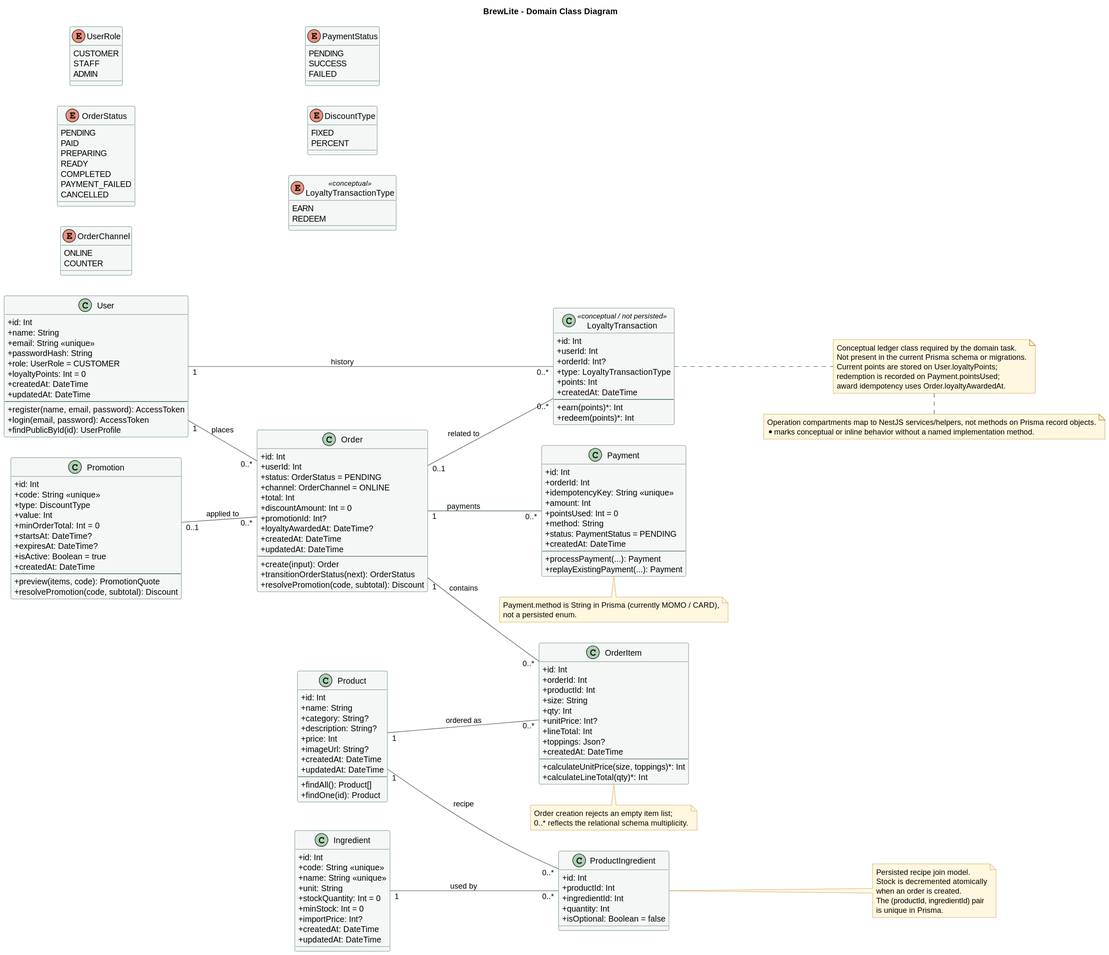
The PlantUML diagram docs/diagrams/class-domain.svg in ncd426/BrewLite-2, before a commit.
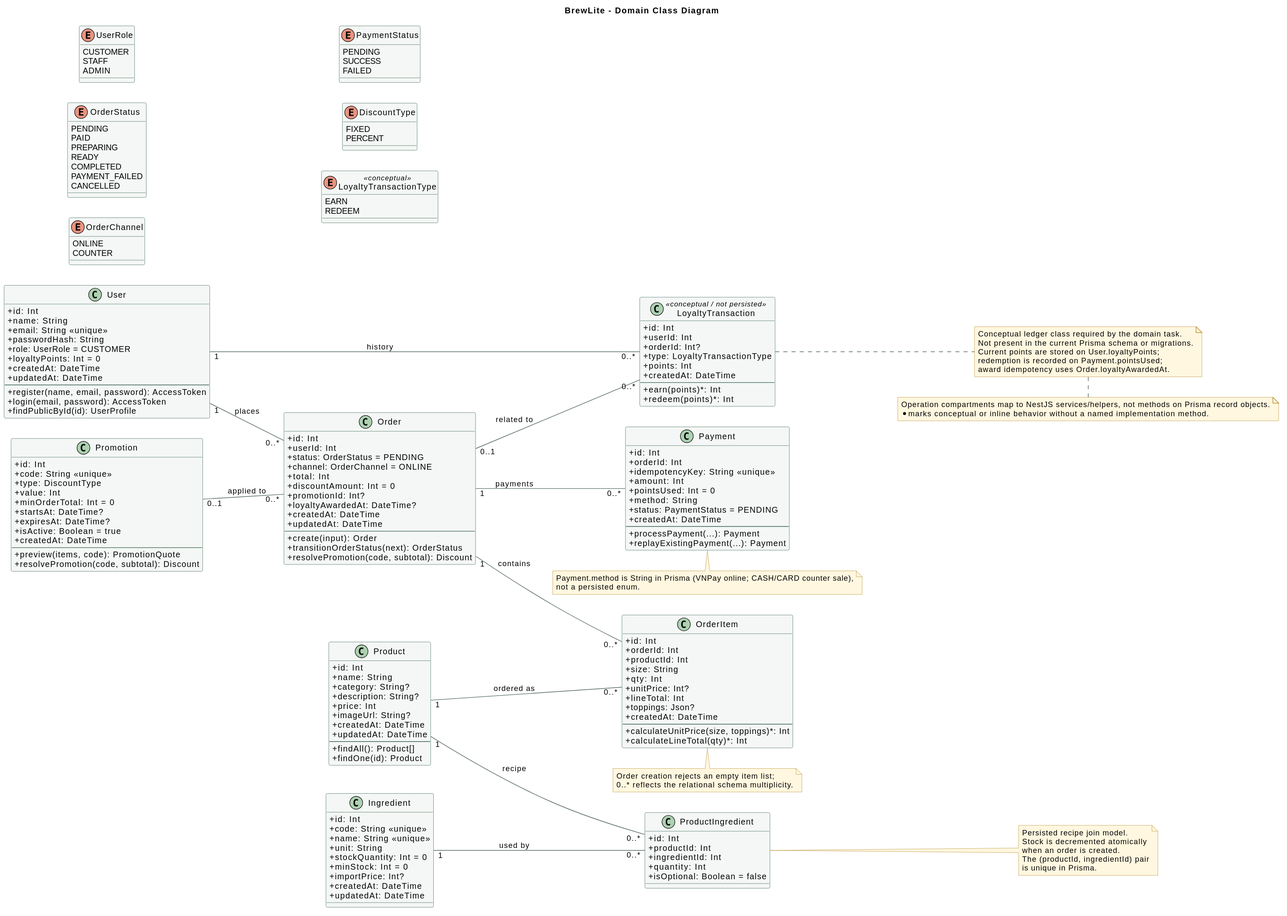
The same file after the commit.

Diff of the diagram source:
```diff
@@ -210,7 +210,7 @@
 end note
 
 note bottom of Payment
-Payment.method is String in Prisma (currently MOMO / CARD),
+Payment.method is String in Prisma (VNPay online; CASH/CARD counter sale),
 not a persisted enum.
 end note
 @enduml
```
